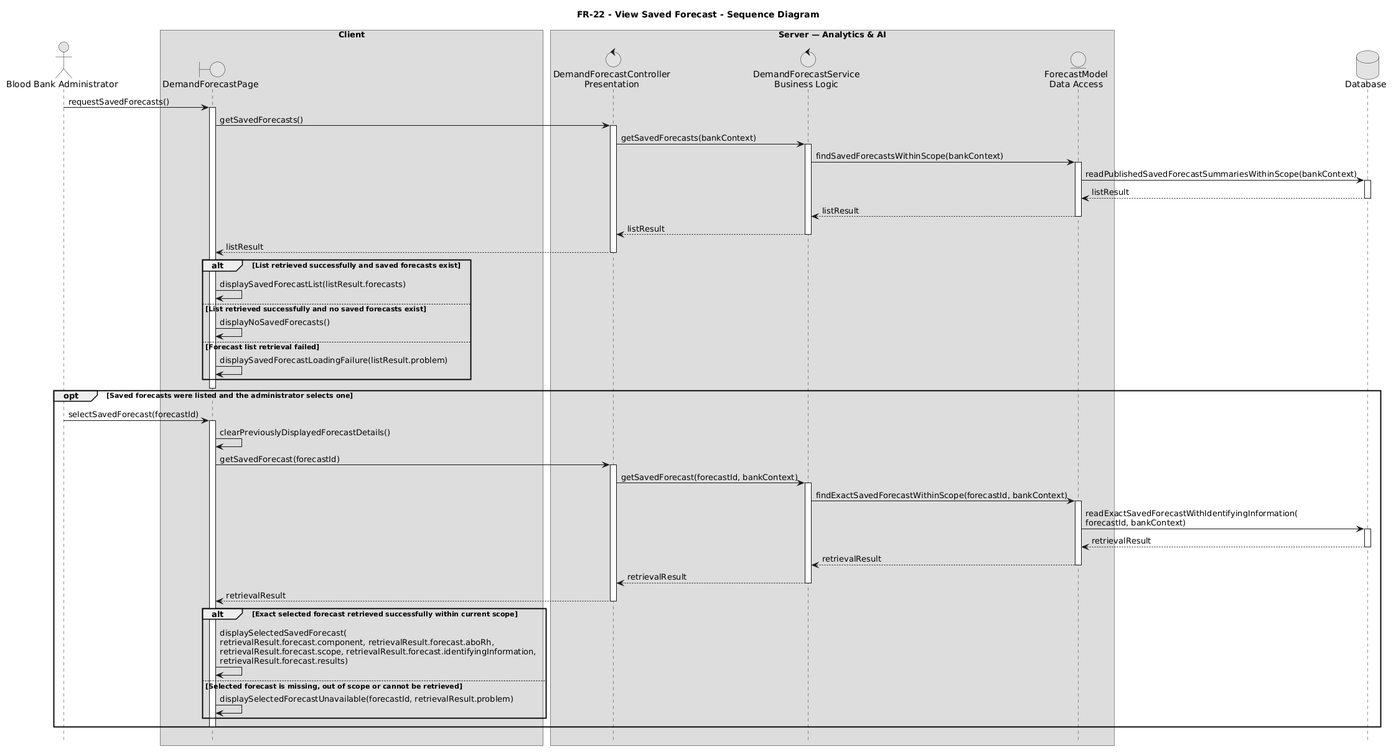
The PlantUML diagram docs/uml/Sequence/fr22.png in TitanDevX/BloodBankPlatformUni, before a commit.
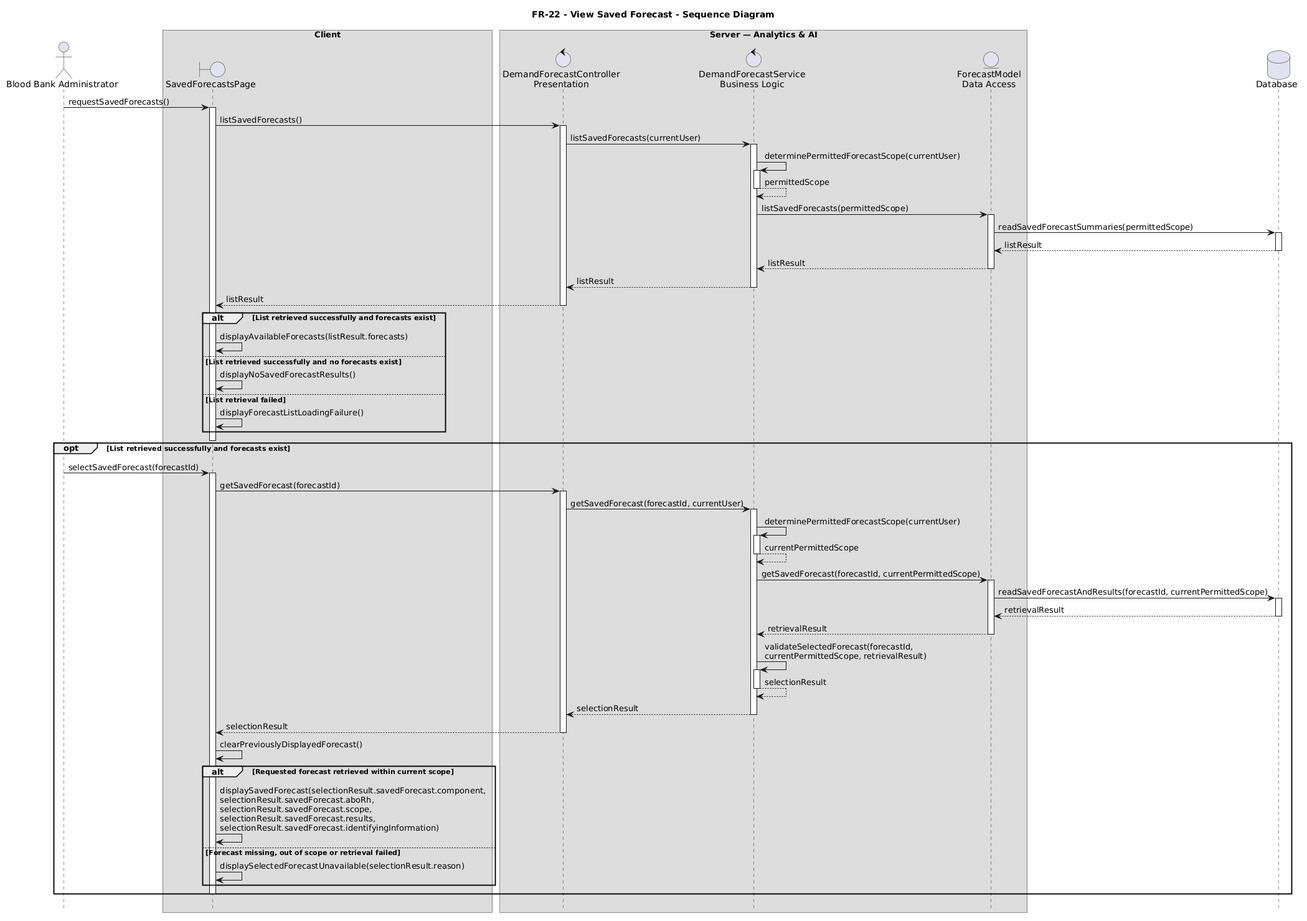
After the change.

What changed in the source:
```diff
@@ -1,104 +1,108 @@
 @startuml
 title FR-22 - View Saved Forecast - Sequence Diagram
-
-skinparam monochrome true
-skinparam shadowing false
 hide footbox
 
-actor "Blood Bank Administrator" as Administrator
+actor "Blood Bank Administrator" as Admin
 
 box "Client"
-  boundary "DemandForecastPage" as Page
+  boundary "SavedForecastsPage" as Page
 end box
 
 box "Server — Analytics & AI"
-  control "DemandForecastController\nPresentation" as ForecastController
-  control "DemandForecastService\nBusiness Logic" as ForecastService
-  entity "ForecastModel\nData Access" as ForecastModel
+  control "DemandForecastController\nPresentation" as Controller
+  control "DemandForecastService\nBusiness Logic" as Service
+  entity "ForecastModel\nData Access" as Model
 end box
 
-database Database as DB
+database "Database" as DB
 
-Administrator -> Page : requestSavedForecasts()
+Admin -> Page : requestSavedForecasts()
 activate Page
 
-Page -> ForecastController : getSavedForecasts()
-activate ForecastController
+Page -> Controller : listSavedForecasts()
+activate Controller
 
-ForecastController -> ForecastService : getSavedForecasts(bankContext)
-activate ForecastService
+Controller -> Service : listSavedForecasts(currentUser)
+activate Service
 
-ForecastService -> ForecastModel : findSavedForecastsWithinScope(bankContext)
-activate ForecastModel
+Service -> Service : determinePermittedForecastScope(currentUser)
+activate Service
+Service --> Service : permittedScope
+deactivate Service
 
-ForecastModel -> DB : readPublishedSavedForecastSummariesWithinScope(bankContext)
+Service -> Model : listSavedForecasts(permittedScope)
+activate Model
+
+Model -> DB : readSavedForecastSummaries(permittedScope)
 activate DB
-DB --> ForecastModel : listResult
+DB --> Model : listResult
 deactivate DB
 
-ForecastModel --> ForecastService : listResult
-deactivate ForecastModel
+Model --> Service : listResult
+deactivate Model
 
-ForecastService --> ForecastController : listResult
-deactivate ForecastService
+Service --> Controller : listResult
+deactivate Service
 
-ForecastController --> Page : listResult
-deactivate ForecastController
+Controller --> Page : listResult
+deactivate Controller
 
-alt List retrieved successfully and saved forecasts exist
+alt List retrieved successfully and forecasts exist
+  Page -> Page : displayAvailableForecasts(listResult.forecasts)
 
-  Page -> Page : displaySavedForecastList(listResult.forecasts)
+else List retrieved successfully and no forecasts exist
+  Page -> Page : displayNoSavedForecastResults()
 
-else List retrieved successfully and no saved forecasts exist
-
-  Page -> Page : displayNoSavedForecasts()
-
-else Forecast list retrieval failed
-
-  Page -> Page : displaySavedForecastLoadingFailure(listResult.problem)
-
+else List retrieval failed
+  Page -> Page : displayForecastListLoadingFailure()
 end
 
 deactivate Page
 
-opt Saved forecasts were listed and the administrator selects one
-
-  Administrator -> Page : selectSavedForecast(forecastId)
+opt List retrieved successfully and forecasts exist
+  Admin -> Page : selectSavedForecast(forecastId)
   activate Page
 
-  Page -> Page : clearPreviouslyDisplayedForecastDetails()
+  Page -> Controller : getSavedForecast(forecastId)
+  activate Controller
 
-  Page -> ForecastController : getSavedForecast(forecastId)
-  activate ForecastController
+  Controller -> Service : getSavedForecast(forecastId, currentUser)
+  activate Service
 
-  ForecastController -> ForecastService : getSavedForecast(forecastId, bankContext)
-  activate ForecastService
+  Service -> Service : determinePermittedForecastScope(currentUser)
+  activate Service
+  Service --> Service : currentPermittedScope
+  deactivate Service
 
-  ForecastService -> ForecastModel : findExactSavedForecastWithinScope(forecastId, bankContext)
-  activate ForecastModel
+  Service -> Model : getSavedForecast(forecastId, currentPermittedScope)
+  activate Model
 
-  ForecastModel -> DB : readExactSavedForecastWithIdentifyingInformation(\nforecastId, bankContext)
+  Model -> DB : readSavedForecastAndResults(forecastId, currentPermittedScope)
   activate DB
-  DB --> ForecastModel : retrievalResult
+  DB --> Model : retrievalResult
   deactivate DB
 
-  ForecastModel --> ForecastService : retrievalResult
-  deactivate ForecastModel
+  Model --> Service : retrievalResult
+  deactivate Model
 
-  ForecastService --> ForecastController : retrievalResult
-  deactivate ForecastService
+  Service -> Service : validateSelectedForecast(forecastId,\ncurrentPermittedScope, retrievalResult)
+  activate Service
+  Service --> Service : selectionResult
+  deactivate Service
 
-  ForecastController --> Page : retrievalResult
-  deactivate ForecastController
+  Service --> Controller : selectionResult
+  deactivate Service
 
-  alt Exact selected forecast retrieved successfully within current scope
+  Controller --> Page : selectionResult
+  deactivate Controller
 
-    Page -> Page : displaySelectedSavedForecast(\nretrievalResult.forecast.component, retrievalResult.forecast.aboRh,\nretrievalResult.forecast.scope, retrievalResult.forecast.identifyingInformation,\nretrievalResult.forecast.results)
+  Page -> Page : clearPreviouslyDisplayedForecast()
 
-  else Selected forecast is missing, out of scope or cannot be retrieved
+  alt Requested forecast retrieved within current scope
+    Page -> Page : displaySavedForecast(selectionResult.savedForecast.component,\nselectionResult.savedForecast.aboRh,\nselectionResult.savedForecast.scope,\nselectionResult.savedForecast.results,\nselectionResult.savedForecast.identifyingInformation)
 
-    Page -> Page : displaySelectedForecastUnavailable(forecastId, retrievalResult.problem)
-
+  else Forecast missing, out of scope or retrieval failed
+    Page -> Page : displaySelectedForecastUnavailable(selectionResult.reason)
   end
 
   deactivate Page
```
